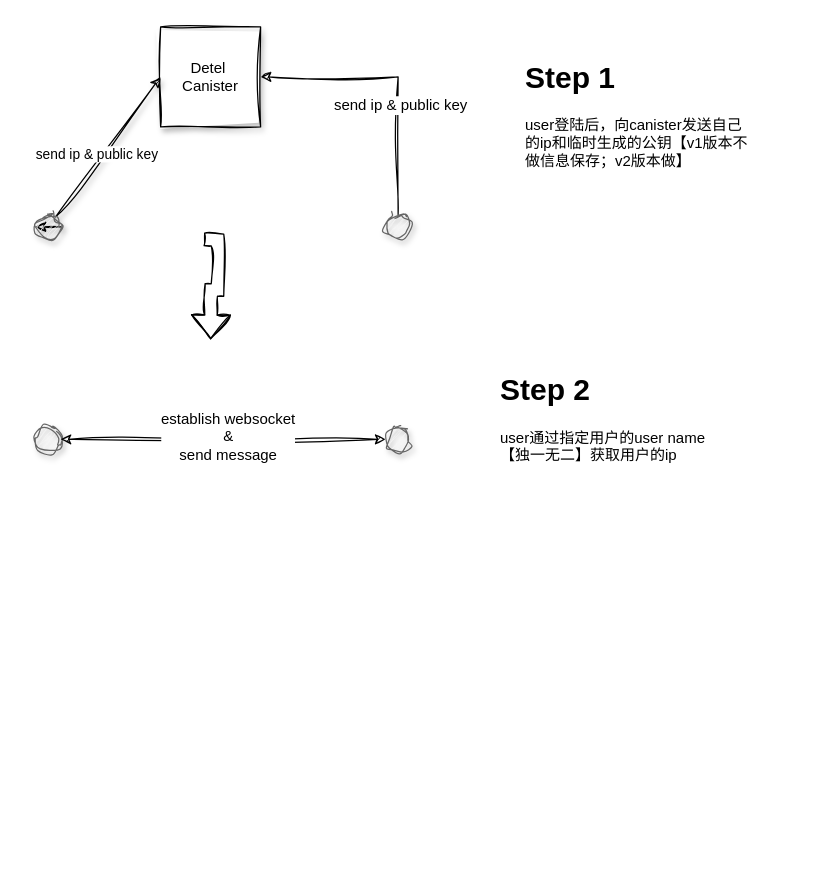
Earlier version of the draw.io diagram 未命名绘图.drawio (C-B-Elite/-). Source tidied: cells renumbered, new cells numbered last; positions are measured from the earlier drawing's top-left corner, leaving out a move shared by most shapes. Both pictures are drawn from the tidied source at 125%, with x=0, y=0 at pixel (35, 26).
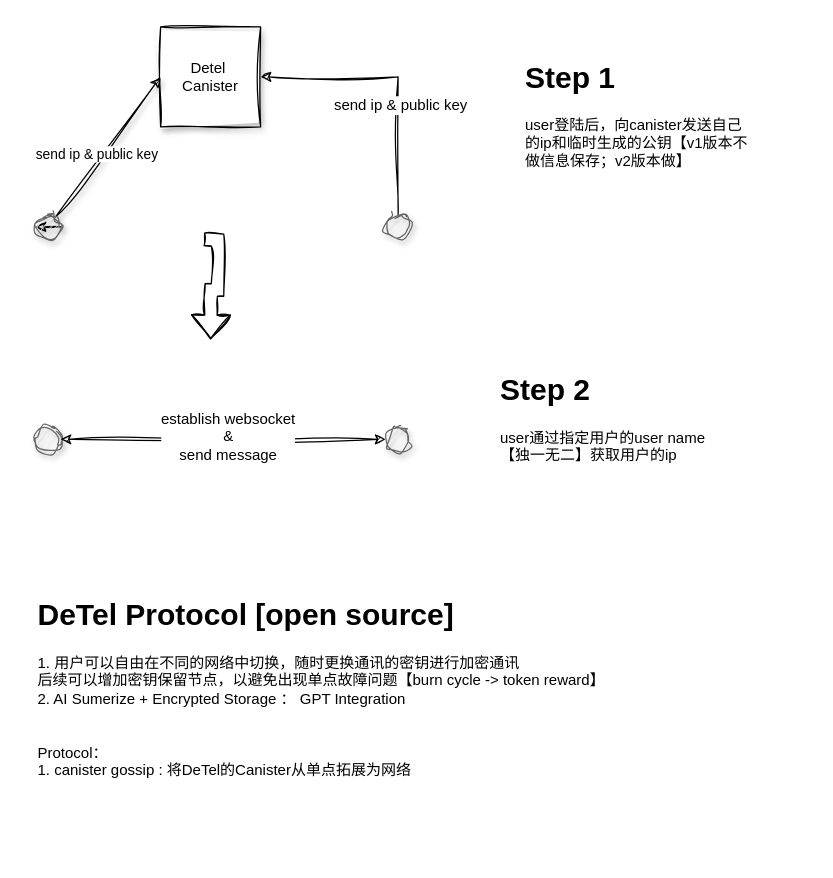
The same diagram, later.

Change to the diagram source:
```diff
@@
+    <mxCell id="17" value="&lt;h1 style=&quot;margin-top: 0px;&quot;&gt;DeTel Protocol [open source]&lt;/h1&gt;&lt;div&gt;1. 用户可以自由在不同的网络中切换，随时更换通讯的密钥进行加密通讯&lt;/div&gt;&lt;div&gt;后续可以增加密钥保留节点，以避免出现单点故障问题【burn cycle -&amp;gt; token reward&lt;span style=&quot;background-color: initial;&quot;&gt;】&lt;/span&gt;&lt;/div&gt;&lt;div&gt;&lt;span style=&quot;background-color: initial;&quot;&gt;2. AI Sumerize + Encrypted Storage ： GPT Integration&lt;/span&gt;&lt;/div&gt;&lt;div&gt;&lt;span style=&quot;background-color: initial;&quot;&gt;&lt;br&gt;&lt;/span&gt;&lt;/div&gt;&lt;div&gt;&lt;span style=&quot;background-color: initial;&quot;&gt;&lt;br&gt;&lt;/span&gt;&lt;/div&gt;&lt;div&gt;&lt;span style=&quot;background-color: initial;&quot;&gt;Protocol：&lt;/span&gt;&lt;/div&gt;&lt;div&gt;&lt;span style=&quot;background-color: initial;&quot;&gt;1. canister gossip : 将DeTel的Canister从单点拓展为网络&lt;/span&gt;&lt;/div&gt;" style="text;html=1;whiteSpace=wrap;overflow=hidden;rounded=0;fontFamily=Helvetica;fontSize=12;fontColor=default;" parent="1" vertex="1">
+      <mxGeometry y="450" width="620" height="210" as="geometry" />
+    </mxCell>
```
